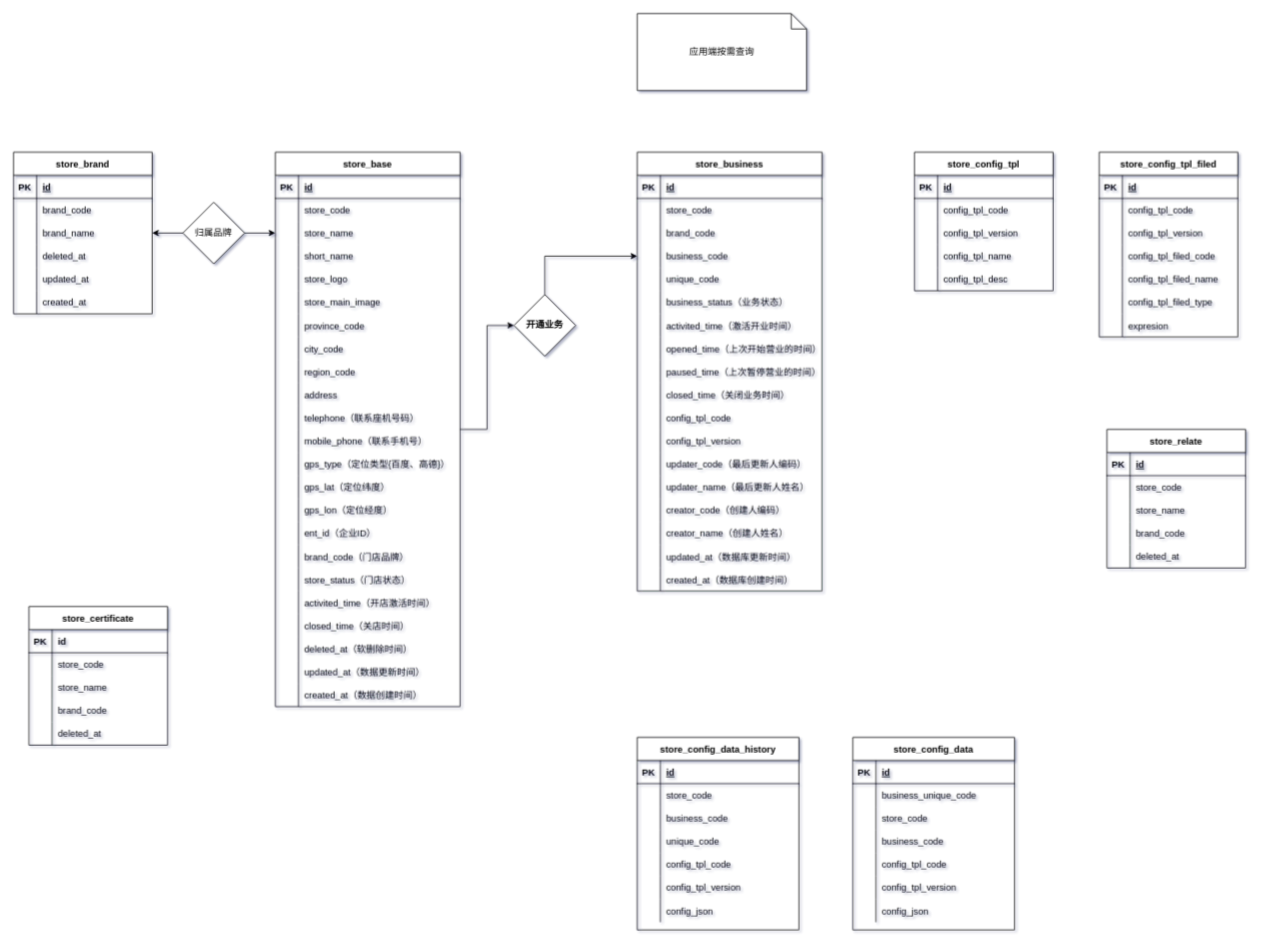
Above: Untitled Diagram.drawio in supermanhss/php-ini (draw.io), before the change. Source tidied: cells renumbered, new cells numbered last; positions are measured from the earlier drawing's top-left corner, leaving out a move shared by most shapes. Both pictures are drawn from the tidied source at 77%, with x=0, y=0 at pixel (13, 13).
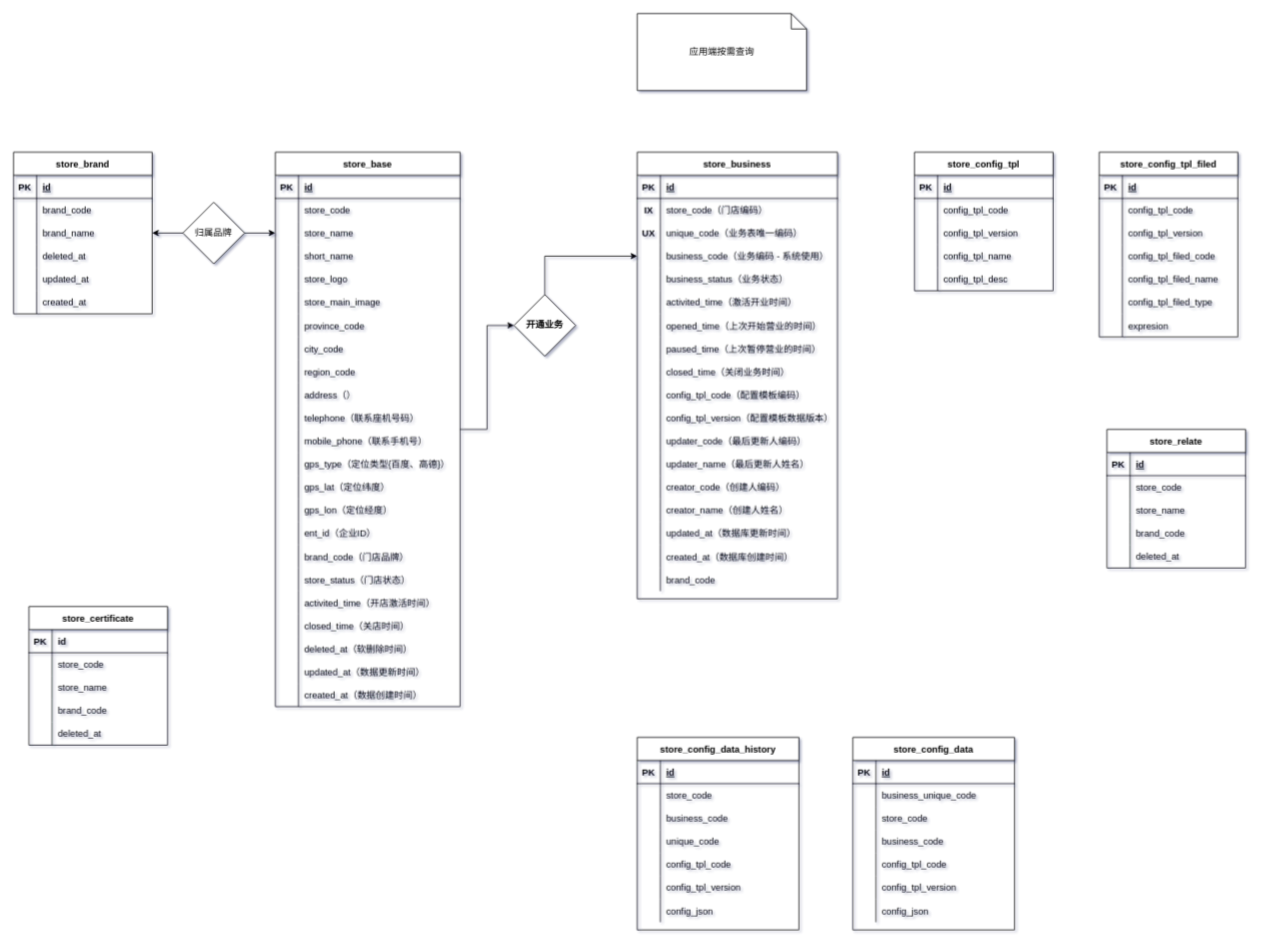
Above is the later version.

Unchanged cells that the change refers to:
```xml
<mxCell id="31" style="shape=partialRectangle;fillColor=none;top=0;left=0;bottom=0;right=0;" parent="3" vertex="1">
  <mxGeometry y="300" width="240" height="30" as="geometry" />
</mxCell>
```

Change to the diagram source:
```diff
@@
-    <mxCell id="33" value="address" style="shape=partialRectangle;fillColor=none;top=0;left=0;bottom=0;right=0;align=left;spacingLeft=6;overflow=hidden;" parent="31" vertex="1">
+    <mxCell id="33" value="address（）" style="shape=partialRectangle;fillColor=none;top=0;left=0;bottom=0;right=0;align=left;spacingLeft=6;overflow=hidden;" parent="31" vertex="1">
       <mxGeometry x="30" width="210" height="30" as="geometry" />
     </mxCell>
@@
     <mxCell id="73" value="store_business" style="shape=table;startSize=30;childLayout=tableLayout;rowLines=0;fontStyle=1;align=center;" parent="1" vertex="1">
-      <mxGeometry x="810" y="180" width="240" height="570" as="geometry" />
+      <mxGeometry x="810" y="180" width="260" height="580" as="geometry" />
     </mxCell>
     <mxCell id="74" style="shape=partialRectangle;fillColor=none;top=0;left=0;bottom=1;right=0;" parent="73" vertex="1">
-      <mxGeometry y="30" width="240" height="30" as="geometry" />
+      <mxGeometry y="30" width="260" height="30" as="geometry" />
     </mxCell>
@@
     <mxCell id="76" value="id" style="shape=partialRectangle;fillColor=none;top=0;left=0;bottom=0;right=0;align=left;spacingLeft=6;fontStyle=5;overflow=hidden;" parent="74" vertex="1">
-      <mxGeometry x="30" width="210" height="30" as="geometry" />
+      <mxGeometry x="30" width="230" height="30" as="geometry" />
     </mxCell>
     <mxCell id="77" style="shape=partialRectangle;fillColor=none;top=0;left=0;bottom=0;right=0;" parent="73" vertex="1">
-      <mxGeometry y="60" width="240" height="30" as="geometry" />
+      <mxGeometry y="60" width="260" height="30" as="geometry" />
     </mxCell>
-    <mxCell id="78" style="shape=partialRectangle;fillColor=none;top=0;left=0;bottom=0;right=0;overflow=hidden;" parent="77" vertex="1">
+    <mxCell id="78" value="IX" style="shape=partialRectangle;fillColor=none;top=0;left=0;bottom=0;right=0;overflow=hidden;fontStyle=1;" parent="77" vertex="1">
       <mxGeometry width="30" height="30" as="geometry" />
     </mxCell>
-    <mxCell id="79" value="store_code" style="shape=partialRectangle;fillColor=none;top=0;left=0;bottom=0;right=0;align=left;spacingLeft=6;overflow=hidden;" parent="77" vertex="1">
-      <mxGeometry x="30" width="210" height="30" as="geometry" />
+    <mxCell id="79" value="store_code（门店编码）" style="shape=partialRectangle;fillColor=none;top=0;left=0;bottom=0;right=0;align=left;spacingLeft=6;overflow=hidden;" parent="77" vertex="1">
+      <mxGeometry x="30" width="230" height="30" as="geometry" />
     </mxCell>
-    <mxCell id="80" style="shape=partialRectangle;fillColor=none;top=0;left=0;bottom=0;right=0;" parent="73" vertex="1">
-      <mxGeometry y="90" width="240" height="30" as="geometry" />
-    </mxCell>
-    <mxCell id="81" style="shape=partialRectangle;fillColor=none;top=0;left=0;bottom=0;right=0;overflow=hidden;" parent="80" vertex="1">
-      <mxGeometry width="30" height="30" as="geometry" />
-    </mxCell>
-    <mxCell id="82" value="brand_code" style="shape=partialRectangle;fillColor=none;top=0;left=0;bottom=0;right=0;align=left;spacingLeft=6;overflow=hidden;" parent="80" vertex="1">
-      <mxGeometry x="30" width="210" height="30" as="geometry" />
-    </mxCell>
+    <mxCell id="86" style="shape=partialRectangle;fillColor=none;top=0;left=0;bottom=0;right=0;" parent="73" vertex="1">
+      <mxGeometry y="90" width="260" height="30" as="geometry" />
+    </mxCell>
+    <mxCell id="87" value="UX" style="shape=partialRectangle;fillColor=none;top=0;left=0;bottom=0;right=0;overflow=hidden;fontStyle=1;" parent="86" vertex="1">
+      <mxGeometry width="30" height="30" as="geometry" />
+    </mxCell>
+    <mxCell id="88" value="unique_code（业务表唯一编码）" style="shape=partialRectangle;fillColor=none;top=0;left=0;bottom=0;right=0;align=left;spacingLeft=6;overflow=hidden;" parent="86" vertex="1">
+      <mxGeometry x="30" width="230" height="30" as="geometry" />
+    </mxCell>
     <mxCell id="83" style="shape=partialRectangle;fillColor=none;top=0;left=0;bottom=0;right=0;points=[[0,0.5],[1,0.5]];portConstraint=eastwest;" parent="73" vertex="1">
-      <mxGeometry y="120" width="240" height="30" as="geometry" />
+      <mxGeometry y="120" width="260" height="30" as="geometry" />
     </mxCell>
@@
-    <mxCell id="85" value="business_code" style="shape=partialRectangle;fillColor=none;top=0;left=0;bottom=0;right=0;align=left;spacingLeft=6;overflow=hidden;" parent="83" vertex="1">
-      <mxGeometry x="30" width="210" height="30" as="geometry" />
+    <mxCell id="85" value="business_code（业务编码 - 系统使用）" style="shape=partialRectangle;fillColor=none;top=0;left=0;bottom=0;right=0;align=left;spacingLeft=6;overflow=hidden;" parent="83" vertex="1">
+      <mxGeometry x="30" width="230" height="30" as="geometry" />
     </mxCell>
-    <mxCell id="86" style="shape=partialRectangle;fillColor=none;top=0;left=0;bottom=0;right=0;" parent="73" vertex="1">
-      <mxGeometry y="150" width="240" height="30" as="geometry" />
-    </mxCell>
-    <mxCell id="87" style="shape=partialRectangle;fillColor=none;top=0;left=0;bottom=0;right=0;overflow=hidden;" parent="86" vertex="1">
-      <mxGeometry width="30" height="30" as="geometry" />
-    </mxCell>
-    <mxCell id="88" value="unique_code" style="shape=partialRectangle;fillColor=none;top=0;left=0;bottom=0;right=0;align=left;spacingLeft=6;overflow=hidden;" parent="86" vertex="1">
-      <mxGeometry x="30" width="210" height="30" as="geometry" />
-    </mxCell>
     <mxCell id="89" style="shape=partialRectangle;fillColor=none;top=0;left=0;bottom=0;right=0;" parent="73" vertex="1">
-      <mxGeometry y="180" width="240" height="30" as="geometry" />
+      <mxGeometry y="150" width="260" height="30" as="geometry" />
     </mxCell>
@@
     <mxCell id="91" value="business_status（业务状态）" style="shape=partialRectangle;fillColor=none;top=0;left=0;bottom=0;right=0;align=left;spacingLeft=6;overflow=hidden;" parent="89" vertex="1">
-      <mxGeometry x="30" width="210" height="30" as="geometry" />
+      <mxGeometry x="30" width="230" height="30" as="geometry" />
     </mxCell>
     <mxCell id="92" style="shape=partialRectangle;fillColor=none;top=0;left=0;bottom=0;right=0;" parent="73" vertex="1">
-      <mxGeometry y="210" width="240" height="30" as="geometry" />
+      <mxGeometry y="180" width="260" height="30" as="geometry" />
     </mxCell>
@@
     <mxCell id="94" value="activited_time（激活开业时间）" style="shape=partialRectangle;fillColor=none;top=0;left=0;bottom=0;right=0;align=left;spacingLeft=6;overflow=hidden;" parent="92" vertex="1">
-      <mxGeometry x="30" width="210" height="30" as="geometry" />
+      <mxGeometry x="30" width="230" height="30" as="geometry" />
     </mxCell>
     <mxCell id="95" style="shape=partialRectangle;fillColor=none;top=0;left=0;bottom=0;right=0;" parent="73" vertex="1">
-      <mxGeometry y="240" width="240" height="30" as="geometry" />
+      <mxGeometry y="210" width="260" height="30" as="geometry" />
     </mxCell>
@@
     <mxCell id="97" value="opened_time（上次开始营业的时间）" style="shape=partialRectangle;fillColor=none;top=0;left=0;bottom=0;right=0;align=left;spacingLeft=6;overflow=hidden;" parent="95" vertex="1">
-      <mxGeometry x="30" width="210" height="30" as="geometry" />
+      <mxGeometry x="30" width="230" height="30" as="geometry" />
     </mxCell>
     <mxCell id="98" style="shape=partialRectangle;fillColor=none;top=0;left=0;bottom=0;right=0;" parent="73" vertex="1">
-      <mxGeometry y="270" width="240" height="30" as="geometry" />
+      <mxGeometry y="240" width="260" height="30" as="geometry" />
     </mxCell>
@@
     <mxCell id="100" value="paused_time（上次暂停营业的时间）" style="shape=partialRectangle;fillColor=none;top=0;left=0;bottom=0;right=0;align=left;spacingLeft=6;overflow=hidden;" parent="98" vertex="1">
-      <mxGeometry x="30" width="210" height="30" as="geometry" />
+      <mxGeometry x="30" width="230" height="30" as="geometry" />
     </mxCell>
     <mxCell id="101" style="shape=partialRectangle;fillColor=none;top=0;left=0;bottom=0;right=0;" parent="73" vertex="1">
-      <mxGeometry y="300" width="240" height="30" as="geometry" />
+      <mxGeometry y="270" width="260" height="30" as="geometry" />
     </mxCell>
@@
     <mxCell id="103" value="closed_time（关闭业务时间）" style="shape=partialRectangle;fillColor=none;top=0;left=0;bottom=0;right=0;align=left;spacingLeft=6;overflow=hidden;" parent="101" vertex="1">
-      <mxGeometry x="30" width="210" height="30" as="geometry" />
+      <mxGeometry x="30" width="230" height="30" as="geometry" />
     </mxCell>
     <mxCell id="104" style="shape=partialRectangle;fillColor=none;top=0;left=0;bottom=0;right=0;" parent="73" vertex="1">
-      <mxGeometry y="330" width="240" height="30" as="geometry" />
+      <mxGeometry y="300" width="260" height="30" as="geometry" />
     </mxCell>
@@
-    <mxCell id="106" value="config_tpl_code" style="shape=partialRectangle;fillColor=none;top=0;left=0;bottom=0;right=0;align=left;spacingLeft=6;overflow=hidden;" parent="104" vertex="1">
-      <mxGeometry x="30" width="210" height="30" as="geometry" />
+    <mxCell id="106" value="config_tpl_code（配置模板编码）" style="shape=partialRectangle;fillColor=none;top=0;left=0;bottom=0;right=0;align=left;spacingLeft=6;overflow=hidden;" parent="104" vertex="1">
+      <mxGeometry x="30" width="230" height="30" as="geometry" />
     </mxCell>
     <mxCell id="107" style="shape=partialRectangle;fillColor=none;top=0;left=0;bottom=0;right=0;" parent="73" vertex="1">
-      <mxGeometry y="360" width="240" height="30" as="geometry" />
+      <mxGeometry y="330" width="260" height="30" as="geometry" />
     </mxCell>
@@
-    <mxCell id="109" value="config_tpl_version" style="shape=partialRectangle;fillColor=none;top=0;left=0;bottom=0;right=0;align=left;spacingLeft=6;overflow=hidden;" parent="107" vertex="1">
-      <mxGeometry x="30" width="210" height="30" as="geometry" />
+    <mxCell id="109" value="config_tpl_version（配置模板数据版本）" style="shape=partialRectangle;fillColor=none;top=0;left=0;bottom=0;right=0;align=left;spacingLeft=6;overflow=hidden;" parent="107" vertex="1">
+      <mxGeometry x="30" width="230" height="30" as="geometry" />
     </mxCell>
     <mxCell id="110" style="shape=partialRectangle;fillColor=none;top=0;left=0;bottom=0;right=0;" parent="73" vertex="1">
-      <mxGeometry y="390" width="240" height="30" as="geometry" />
+      <mxGeometry y="360" width="260" height="30" as="geometry" />
     </mxCell>
@@
     <mxCell id="112" value="updater_code（最后更新人编码）" style="shape=partialRectangle;fillColor=none;top=0;left=0;bottom=0;right=0;align=left;spacingLeft=6;overflow=hidden;" parent="110" vertex="1">
-      <mxGeometry x="30" width="210" height="30" as="geometry" />
+      <mxGeometry x="30" width="230" height="30" as="geometry" />
     </mxCell>
     <mxCell id="113" style="shape=partialRectangle;fillColor=none;top=0;left=0;bottom=0;right=0;" parent="73" vertex="1">
-      <mxGeometry y="420" width="240" height="30" as="geometry" />
+      <mxGeometry y="390" width="260" height="30" as="geometry" />
     </mxCell>
@@
     <mxCell id="115" value="updater_name（最后更新人姓名）" style="shape=partialRectangle;fillColor=none;top=0;left=0;bottom=0;right=0;align=left;spacingLeft=6;overflow=hidden;" parent="113" vertex="1">
-      <mxGeometry x="30" width="210" height="30" as="geometry" />
+      <mxGeometry x="30" width="230" height="30" as="geometry" />
     </mxCell>
     <mxCell id="116" style="shape=partialRectangle;fillColor=none;top=0;left=0;bottom=0;right=0;" parent="73" vertex="1">
-      <mxGeometry y="450" width="240" height="30" as="geometry" />
+      <mxGeometry y="420" width="260" height="30" as="geometry" />
     </mxCell>
@@
     <mxCell id="118" value="creator_code（创建人编码）" style="shape=partialRectangle;fillColor=none;top=0;left=0;bottom=0;right=0;align=left;spacingLeft=6;overflow=hidden;" parent="116" vertex="1">
-      <mxGeometry x="30" width="210" height="30" as="geometry" />
+      <mxGeometry x="30" width="230" height="30" as="geometry" />
     </mxCell>
     <mxCell id="119" style="shape=partialRectangle;fillColor=none;top=0;left=0;bottom=0;right=0;" parent="73" vertex="1">
-      <mxGeometry y="480" width="240" height="30" as="geometry" />
+      <mxGeometry y="450" width="260" height="30" as="geometry" />
     </mxCell>
@@
     <mxCell id="121" value="creator_name（创建人姓名）" style="shape=partialRectangle;fillColor=none;top=0;left=0;bottom=0;right=0;align=left;spacingLeft=6;overflow=hidden;" parent="119" vertex="1">
-      <mxGeometry x="30" width="210" height="30" as="geometry" />
+      <mxGeometry x="30" width="230" height="30" as="geometry" />
     </mxCell>
     <mxCell id="122" style="shape=partialRectangle;fillColor=none;top=0;left=0;bottom=0;right=0;" parent="73" vertex="1">
-      <mxGeometry y="510" width="240" height="30" as="geometry" />
+      <mxGeometry y="480" width="260" height="30" as="geometry" />
     </mxCell>
@@
     <mxCell id="124" value="updated_at（数据库更新时间）" style="shape=partialRectangle;fillColor=none;top=0;left=0;bottom=0;right=0;align=left;spacingLeft=6;overflow=hidden;" parent="122" vertex="1">
-      <mxGeometry x="30" width="210" height="30" as="geometry" />
+      <mxGeometry x="30" width="230" height="30" as="geometry" />
     </mxCell>
     <mxCell id="125" style="shape=partialRectangle;fillColor=none;top=0;left=0;bottom=0;right=0;" parent="73" vertex="1">
-      <mxGeometry y="540" width="240" height="30" as="geometry" />
+      <mxGeometry y="510" width="260" height="30" as="geometry" />
     </mxCell>
@@
     <mxCell id="127" value="created_at（数据库创建时间）" style="shape=partialRectangle;fillColor=none;top=0;left=0;bottom=0;right=0;align=left;spacingLeft=6;overflow=hidden;" parent="125" vertex="1">
-      <mxGeometry x="30" width="210" height="30" as="geometry" />
+      <mxGeometry x="30" width="230" height="30" as="geometry" />
     </mxCell>
+    <mxCell id="80" style="shape=partialRectangle;fillColor=none;top=0;left=0;bottom=0;right=0;" parent="73" vertex="1">
+      <mxGeometry y="540" width="260" height="30" as="geometry" />
+    </mxCell>
+    <mxCell id="81" style="shape=partialRectangle;fillColor=none;top=0;left=0;bottom=0;right=0;overflow=hidden;" parent="80" vertex="1">
+      <mxGeometry width="30" height="30" as="geometry" />
+    </mxCell>
+    <mxCell id="82" value="brand_code" style="shape=partialRectangle;fillColor=none;top=0;left=0;bottom=0;right=0;align=left;spacingLeft=6;overflow=hidden;" parent="80" vertex="1">
+      <mxGeometry x="30" width="230" height="30" as="geometry" />
+    </mxCell>
```
